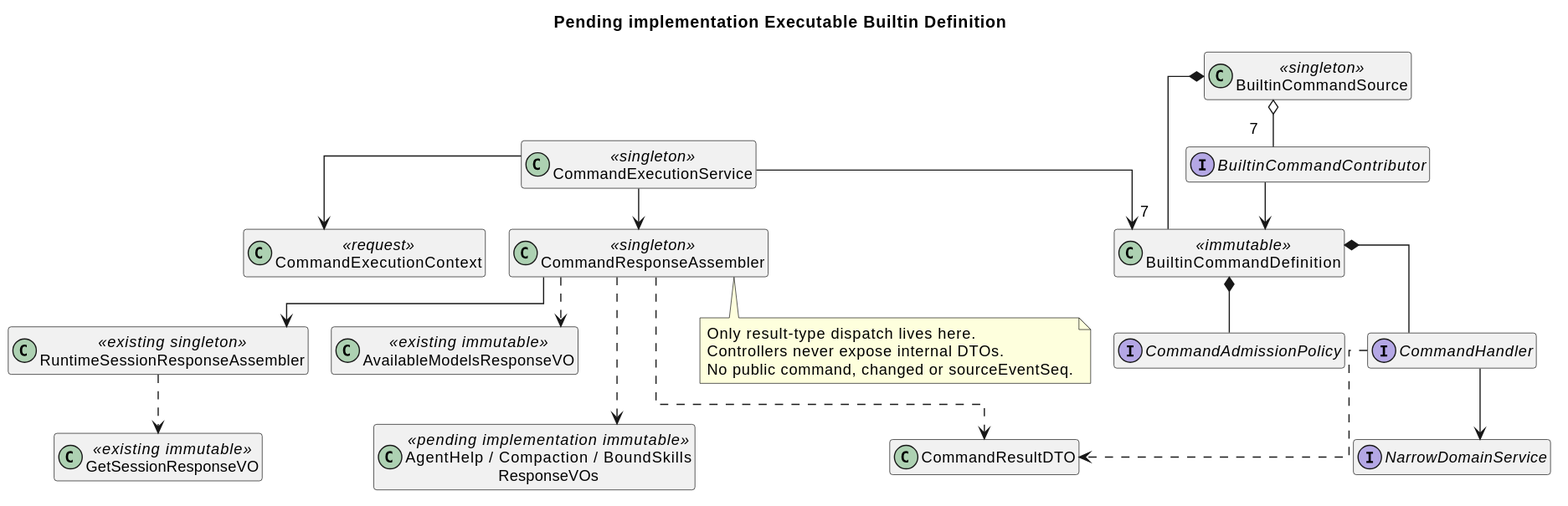
ssm0808/pi-mono-java-design keeps this PlantUML diagram as 04-命令与技能/01-内置命令/设计图/target_command_core_classes.svg. Above is the earlier version.
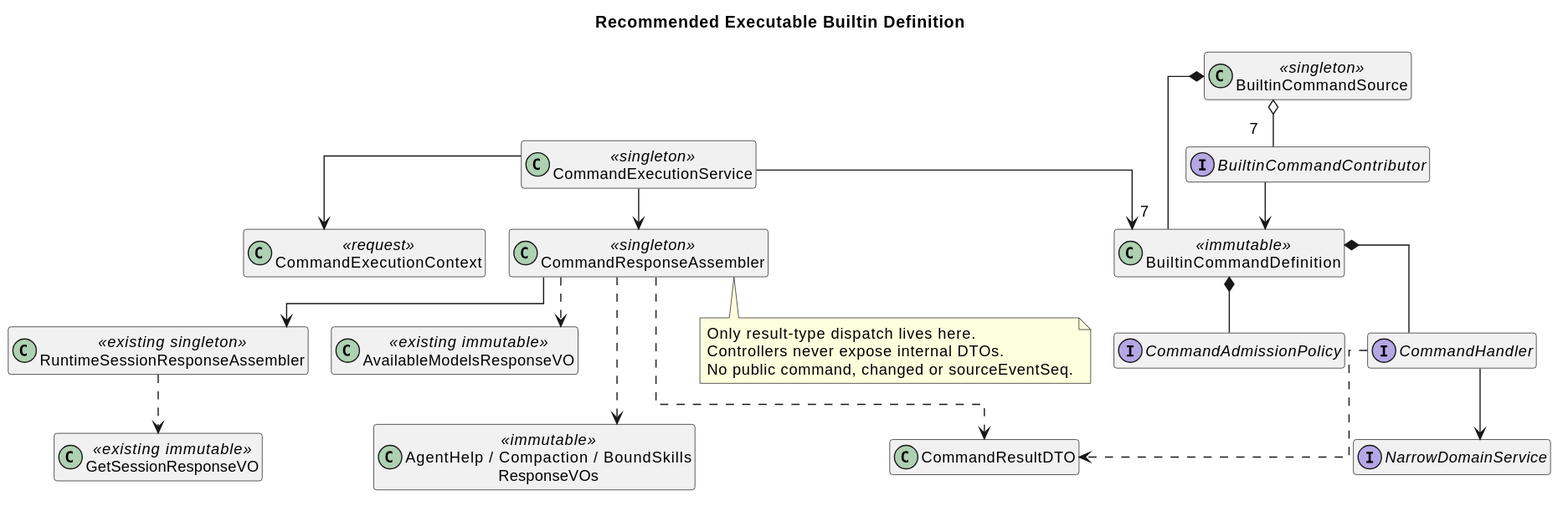
The same file after the commit.

The edit, as a diff of the source:
```diff
@@ -10,7 +10,7 @@
 skinparam ranksep 35
 skinparam linetype ortho
 hide empty members
-title Pending implementation Executable Builtin Definition
+title Recommended Executable Builtin Definition
 interface BuiltinCommandContributor
 class BuiltinCommandSource <<singleton>>
 class BuiltinCommandDefinition <<immutable>>
@@ -23,7 +23,7 @@
 class RuntimeSessionResponseAssembler <<existing singleton>>
 class GetSessionResponseVO <<existing immutable>>
 class AvailableModelsResponseVO <<existing immutable>>
-class "AgentHelp / Compaction / BoundSkills\nResponseVOs" as BusinessVOs <<pending implementation immutable>>
+class "AgentHelp / Compaction / BoundSkills\nResponseVOs" as BusinessVOs <<immutable>>
 interface NarrowDomainService
 BuiltinCommandSource o-- "7" BuiltinCommandContributor
 BuiltinCommandContributor --> BuiltinCommandDefinition
```
